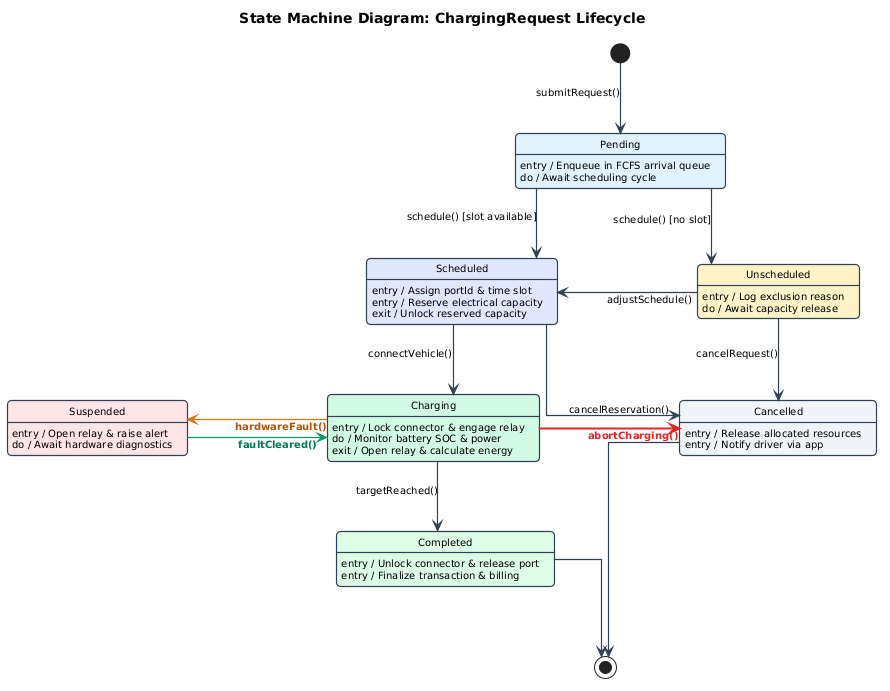
The PlantUML diagram docs/submission-2/state-chart-diagrams/smart-charging/STM_ChargingRequest_Lifecycle.png in thanhpham1108/smart-e-mobility-hub, before a commit.
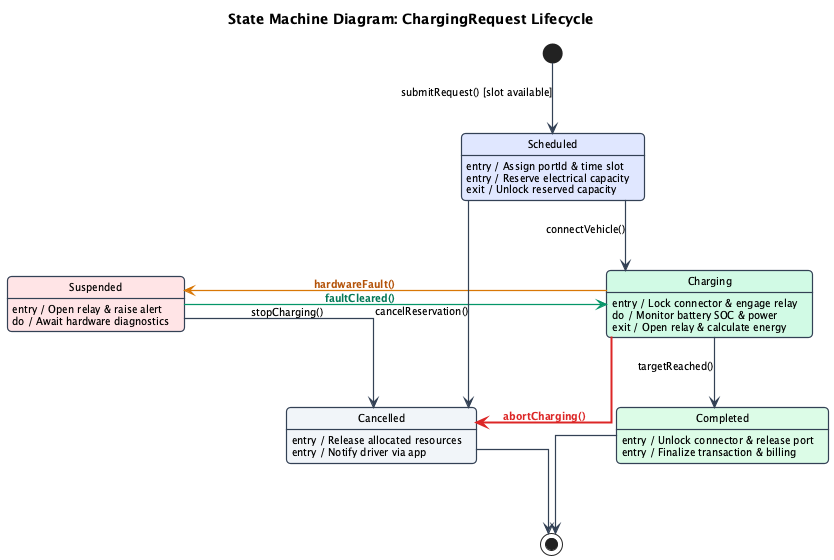
Later version of the same file.

What changed in the source:
```diff
@@ -1,4 +1,4 @@
-@startuml
+@startuml STM_ChargingRequest_Lifecycle
 skinparam style strictuml
 skinparam defaultFontName sans-serif
 skinparam roundCorner 8
@@ -20,11 +20,6 @@
 
 title State Machine Diagram: ChargingRequest Lifecycle
 
-state "Pending" as Pending #E0F2FE {
-  Pending : entry / Enqueue in FCFS arrival queue
-  Pending : do / Await scheduling cycle
-}
-
 state "Scheduled" as Scheduled #E0E7FF {
   Scheduled : entry / Assign portId & time slot
   Scheduled : entry / Reserve electrical capacity
@@ -42,11 +37,6 @@
   Completed : entry / Finalize transaction & billing
 }
 
-state "Unscheduled" as Unscheduled #FEF3C7 {
-  Unscheduled : entry / Log exclusion reason
-  Unscheduled : do / Await capacity release
-}
-
 state "Suspended" as Suspended #FFE4E6 {
   Suspended : entry / Open relay & raise alert
   Suspended : do / Await hardware diagnostics
@@ -57,9 +47,7 @@
   Cancelled : entry / Notify driver via app
 }
 
-[*] -down-> Pending : submitRequest()
-
-Pending -down-> Scheduled : schedule() [slot available]
+[*] -down-> Scheduled : submitRequest() [slot available]
 
 Scheduled -down-> Charging : connectVehicle()
 
@@ -67,18 +55,14 @@
 
 Completed -down-> [*]
 
-Pending -right-> Unscheduled : schedule() [no slot]
-
-Unscheduled -left-> Scheduled : adjustSchedule()
-
 Charging -left[#D97706]-> Suspended : <font color="#B45309"><b>hardwareFault()</b></font>
 Suspended -right[#059669]-> Charging : <font color="#047857"><b>faultCleared()</b></font>
+Suspended -down-> Cancelled : stopCharging()
 
 Scheduled -right-> Cancelled : cancelReservation()
 
 Charging -right[#DC2626,bold]-> Cancelled : <font color="#DC2626"><b>abortCharging()</b></font>
 
-Unscheduled -down-> Cancelled : cancelRequest()
+Cancelled -down-> [*]
 
-Cancelled -down-> [*]
 @enduml
```
